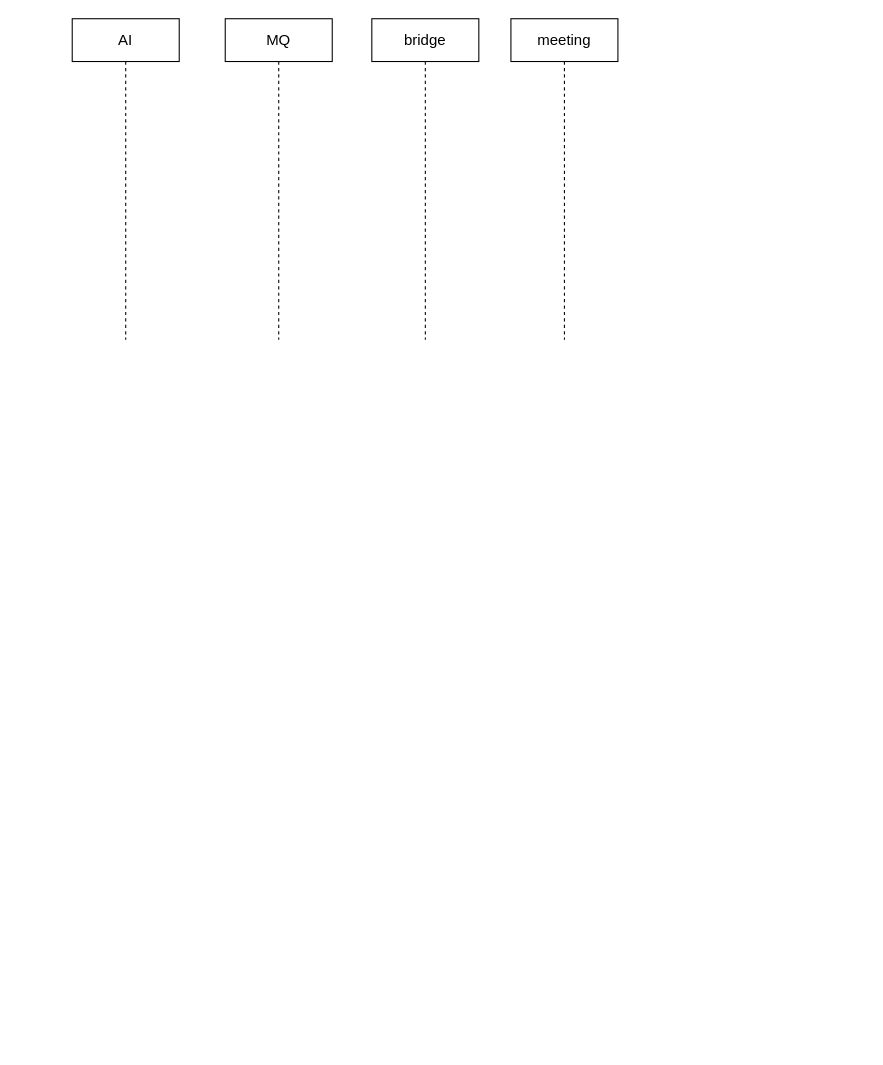
The draw.io diagram page "提前开始会议" (1 of 3) of AI-meeting/AI-meeting.drawio in waterwatermelon/graph, before the edit. Source tidied: cells renumbered, new cells numbered last; positions are measured from the earlier drawing's top-left corner, leaving out a move shared by most shapes. Both pictures are drawn from the tidied source at 107%, with x=0, y=0 at pixel (72, 18).
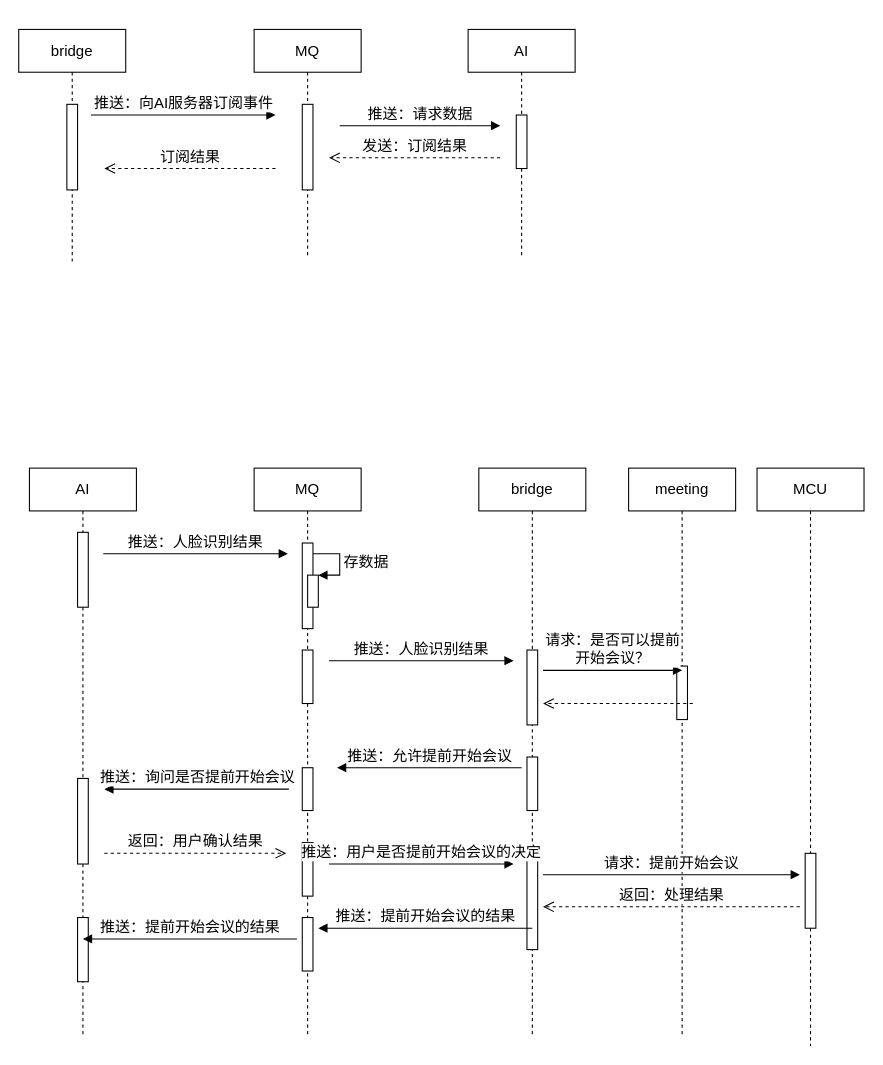
The same page after the edit.

Diff of the diagram source:
```diff
@@
     <mxCell id="2" value="AI" style="shape=umlLifeline;perimeter=lifelinePerimeter;whiteSpace=wrap;html=1;fontSize=14;" parent="1" vertex="1">
-      <mxGeometry width="100" height="300" as="geometry" />
+      <mxGeometry x="370" y="10" width="100" height="212" as="geometry" />
     </mxCell>
+    <mxCell id="6" style="html=1;perimeter=orthogonalPerimeter;fontSize=14;" parent="2" vertex="1">
+      <mxGeometry x="45" y="80" width="10" height="50" as="geometry" />
+    </mxCell>
     <mxCell id="3" value="bridge" style="shape=umlLifeline;perimeter=lifelinePerimeter;whiteSpace=wrap;html=1;fontSize=14;" parent="1" vertex="1">
-      <mxGeometry x="280" width="100" height="300" as="geometry" />
+      <mxGeometry x="-50" y="10" width="100" height="218" as="geometry" />
     </mxCell>
+    <mxCell id="7" style="html=1;perimeter=orthogonalPerimeter;fontSize=14;" parent="3" vertex="1">
+      <mxGeometry x="45" y="70" width="10" height="80" as="geometry" />
+    </mxCell>
     <mxCell id="4" value="MQ" style="shape=umlLifeline;perimeter=lifelinePerimeter;whiteSpace=wrap;html=1;fontSize=14;" parent="1" vertex="1">
-      <mxGeometry x="143" width="100" height="300" as="geometry" />
+      <mxGeometry x="170" y="10" width="100" height="214" as="geometry" />
     </mxCell>
+    <mxCell id="8" style="html=1;perimeter=orthogonalPerimeter;fontSize=14;" parent="4" vertex="1">
+      <mxGeometry x="45" y="70" width="10" height="80" as="geometry" />
+    </mxCell>
+    <mxCell id="9" value="推送：向AI服务器订阅事件" style="html=1;verticalAlign=bottom;endArrow=block;fontSize=14;" parent="1" edge="1">
+      <mxGeometry relative="1" as="geometry">
+        <mxPoint x="17.5" y="90" as="sourcePoint" />
+        <mxPoint x="190" y="90" as="targetPoint" />
+      </mxGeometry>
+    </mxCell>
+    <mxCell id="10" value="推送：请求数据" style="html=1;verticalAlign=bottom;endArrow=block;fontSize=14;" parent="1" edge="1">
+      <mxGeometry relative="1" as="geometry">
+        <mxPoint x="250" y="100" as="sourcePoint" />
+        <mxPoint x="400" y="100" as="targetPoint" />
+      </mxGeometry>
+    </mxCell>
+    <mxCell id="11" value="发送：订阅结果" style="html=1;verticalAlign=bottom;endArrow=open;dashed=1;endSize=8;fontSize=14;" parent="1" edge="1">
+      <mxGeometry relative="1" as="geometry">
+        <mxPoint x="400" y="130" as="sourcePoint" />
+        <mxPoint x="240" y="130" as="targetPoint" />
+      </mxGeometry>
+    </mxCell>
+    <mxCell id="12" value="订阅结果" style="html=1;verticalAlign=bottom;endArrow=open;dashed=1;endSize=8;fontSize=14;" parent="1" edge="1">
+      <mxGeometry relative="1" as="geometry">
+        <mxPoint x="190" y="140" as="sourcePoint" />
+        <mxPoint x="30" y="140" as="targetPoint" />
+      </mxGeometry>
+    </mxCell>
+    <mxCell id="13" value="AI" style="shape=umlLifeline;perimeter=lifelinePerimeter;whiteSpace=wrap;html=1;fontSize=14;" parent="1" vertex="1">
+      <mxGeometry x="-40" y="420" width="100" height="530" as="geometry" />
+    </mxCell>
+    <mxCell id="14" style="html=1;perimeter=orthogonalPerimeter;fontSize=14;" parent="13" vertex="1">
+      <mxGeometry x="45" y="60" width="10" height="70" as="geometry" />
+    </mxCell>
+    <mxCell id="15" style="html=1;perimeter=orthogonalPerimeter;fontSize=14;" parent="13" vertex="1">
+      <mxGeometry x="45" y="290" width="10" height="80" as="geometry" />
+    </mxCell>
+    <mxCell id="16" style="html=1;perimeter=orthogonalPerimeter;fontSize=14;" parent="13" vertex="1">
+      <mxGeometry x="45" y="420" width="10" height="60" as="geometry" />
+    </mxCell>
+    <mxCell id="17" value="bridge" style="shape=umlLifeline;perimeter=lifelinePerimeter;whiteSpace=wrap;html=1;fontSize=14;" parent="1" vertex="1">
+      <mxGeometry x="380" y="420" width="100" height="530" as="geometry" />
+    </mxCell>
+    <mxCell id="18" style="html=1;perimeter=orthogonalPerimeter;fontSize=14;" parent="17" vertex="1">
+      <mxGeometry x="45" y="170" width="10" height="70" as="geometry" />
+    </mxCell>
+    <mxCell id="19" style="html=1;perimeter=orthogonalPerimeter;fontSize=14;" parent="17" vertex="1">
+      <mxGeometry x="45" y="270" width="10" height="50" as="geometry" />
+    </mxCell>
+    <mxCell id="20" style="html=1;perimeter=orthogonalPerimeter;fontSize=14;" parent="17" vertex="1">
+      <mxGeometry x="45" y="360" width="10" height="90" as="geometry" />
+    </mxCell>
+    <mxCell id="21" value="MQ" style="shape=umlLifeline;perimeter=lifelinePerimeter;whiteSpace=wrap;html=1;fontSize=14;" parent="1" vertex="1">
+      <mxGeometry x="170" y="420" width="100" height="530" as="geometry" />
+    </mxCell>
+    <mxCell id="22" style="html=1;perimeter=orthogonalPerimeter;fontSize=14;" parent="21" vertex="1">
+      <mxGeometry x="45" y="70" width="10" height="80" as="geometry" />
+    </mxCell>
+    <mxCell id="23" style="html=1;points=[];perimeter=orthogonalPerimeter;fontSize=14;" parent="21" vertex="1">
+      <mxGeometry x="50" y="100" width="10" height="30" as="geometry" />
+    </mxCell>
+    <mxCell id="24" value="存数据" style="edgeStyle=orthogonalEdgeStyle;html=1;align=left;spacingLeft=2;endArrow=block;rounded=0;entryX=1;entryY=0;fontSize=14;" parent="21" edge="1" target="23">
+      <mxGeometry relative="1" as="geometry">
+        <mxPoint x="55" y="80" as="sourcePoint" />
+        <Array as="points">
+          <mxPoint x="80" y="80" />
+        </Array>
+      </mxGeometry>
+    </mxCell>
+    <mxCell id="25" style="html=1;perimeter=orthogonalPerimeter;fontSize=14;" parent="21" vertex="1">
+      <mxGeometry x="45" y="170" width="10" height="50" as="geometry" />
+    </mxCell>
+    <mxCell id="26" style="html=1;perimeter=orthogonalPerimeter;fontSize=14;" parent="21" vertex="1">
+      <mxGeometry x="45" y="280" width="10" height="40" as="geometry" />
+    </mxCell>
+    <mxCell id="27" style="html=1;perimeter=orthogonalPerimeter;fontSize=14;" parent="21" vertex="1">
+      <mxGeometry x="45" y="350" width="10" height="50" as="geometry" />
+    </mxCell>
+    <mxCell id="28" style="html=1;perimeter=orthogonalPerimeter;fontSize=14;" parent="21" vertex="1">
+      <mxGeometry x="45" y="420" width="10" height="50" as="geometry" />
+    </mxCell>
     <mxCell id="5" value="meeting" style="shape=umlLifeline;perimeter=lifelinePerimeter;whiteSpace=wrap;html=1;fontSize=14;" parent="1" vertex="1">
-      <mxGeometry x="410" width="100" height="300" as="geometry" />
+      <mxGeometry x="520" y="420" width="100" height="530" as="geometry" />
     </mxCell>
+    <mxCell id="29" style="html=1;perimeter=orthogonalPerimeter;fontSize=14;" parent="5" vertex="1">
+      <mxGeometry x="45" y="185" width="10" height="50" as="geometry" />
+    </mxCell>
+    <mxCell id="30" value="推送：人脸识别结果" style="html=1;verticalAlign=bottom;endArrow=block;fontSize=14;" parent="1" edge="1">
+      <mxGeometry relative="1" as="geometry">
+        <mxPoint x="29" y="500" as="sourcePoint" />
+        <mxPoint x="201.5" y="500" as="targetPoint" />
+      </mxGeometry>
+    </mxCell>
+    <mxCell id="31" value="推送：人脸识别结果" style="html=1;verticalAlign=bottom;endArrow=block;fontSize=14;" parent="1" edge="1">
+      <mxGeometry relative="1" as="geometry">
+        <mxPoint x="240" y="600" as="sourcePoint" />
+        <mxPoint x="412.5" y="600" as="targetPoint" />
+      </mxGeometry>
+    </mxCell>
+    <mxCell id="32" value="请求：是否可以提前&lt;br&gt;开始会议？" style="html=1;verticalAlign=bottom;endArrow=block;fontSize=14;" parent="1" edge="1">
+      <mxGeometry relative="1" as="geometry">
+        <mxPoint x="440" y="609" as="sourcePoint" />
+        <mxPoint x="570" y="609" as="targetPoint" />
+      </mxGeometry>
+    </mxCell>
+    <mxCell id="33" style="html=1;verticalAlign=bottom;endArrow=open;dashed=1;endSize=8;fontSize=14;" parent="1" edge="1">
+      <mxGeometry relative="1" as="geometry">
+        <mxPoint x="580" y="640" as="sourcePoint" />
+        <mxPoint x="440" y="640" as="targetPoint" />
+      </mxGeometry>
+    </mxCell>
+    <mxCell id="34" value="推送：允许提前开始会议" style="html=1;verticalAlign=bottom;endArrow=block;fontSize=14;" parent="1" edge="1">
+      <mxGeometry relative="1" as="geometry">
+        <mxPoint x="420" y="700" as="sourcePoint" />
+        <mxPoint x="247.5" y="700" as="targetPoint" />
+      </mxGeometry>
+    </mxCell>
+    <mxCell id="35" value="推送：询问是否提前开始会议" style="html=1;verticalAlign=bottom;endArrow=block;fontSize=14;" parent="1" edge="1">
+      <mxGeometry relative="1" as="geometry">
+        <mxPoint x="202.5" y="720" as="sourcePoint" />
+        <mxPoint x="30" y="720" as="targetPoint" />
+      </mxGeometry>
+    </mxCell>
+    <mxCell id="36" value="返回：用户确认结果" style="html=1;verticalAlign=bottom;endArrow=open;dashed=1;endSize=8;fontSize=14;" parent="1" edge="1">
+      <mxGeometry relative="1" as="geometry">
+        <mxPoint x="30" y="780" as="sourcePoint" />
+        <mxPoint x="200" y="780" as="targetPoint" />
+      </mxGeometry>
+    </mxCell>
+    <mxCell id="37" value="推送：用户是否提前开始会议的决定" style="html=1;verticalAlign=bottom;endArrow=block;fontSize=14;" parent="1" edge="1">
+      <mxGeometry relative="1" as="geometry">
+        <mxPoint x="240" y="790" as="sourcePoint" />
+        <mxPoint x="412.5" y="790" as="targetPoint" />
+      </mxGeometry>
+    </mxCell>
+    <mxCell id="38" value="MCU" style="shape=umlLifeline;perimeter=lifelinePerimeter;whiteSpace=wrap;html=1;fontSize=14;" parent="1" vertex="1">
+      <mxGeometry x="640" y="420" width="100" height="540" as="geometry" />
+    </mxCell>
+    <mxCell id="39" style="html=1;perimeter=orthogonalPerimeter;fontSize=14;" parent="38" vertex="1">
+      <mxGeometry x="45" y="360" width="10" height="70" as="geometry" />
+    </mxCell>
+    <mxCell id="40" value="请求：提前开始会议" style="html=1;verticalAlign=bottom;endArrow=block;fontSize=14;" parent="1" edge="1">
+      <mxGeometry relative="1" as="geometry">
+        <mxPoint x="440" y="800" as="sourcePoint" />
+        <mxPoint x="680" y="800" as="targetPoint" />
+      </mxGeometry>
+    </mxCell>
+    <mxCell id="41" value="返回：处理结果" style="html=1;verticalAlign=bottom;endArrow=open;dashed=1;endSize=8;fontSize=14;" parent="1" edge="1">
+      <mxGeometry relative="1" as="geometry">
+        <mxPoint x="680" y="830" as="sourcePoint" />
+        <mxPoint x="440" y="830" as="targetPoint" />
+      </mxGeometry>
+    </mxCell>
+    <mxCell id="42" value="推送：提前开始会议的结果" style="html=1;verticalAlign=bottom;endArrow=block;fontSize=14;" parent="1" edge="1">
+      <mxGeometry relative="1" as="geometry">
+        <mxPoint x="430" y="850" as="sourcePoint" />
+        <mxPoint x="230" y="850" as="targetPoint" />
+      </mxGeometry>
+    </mxCell>
+    <mxCell id="43" value="推送：提前开始会议的结果" style="html=1;verticalAlign=bottom;endArrow=block;fontSize=14;" parent="1" edge="1">
+      <mxGeometry relative="1" as="geometry">
+        <mxPoint x="210" y="860" as="sourcePoint" />
+        <mxPoint x="10" y="860" as="targetPoint" />
+      </mxGeometry>
+    </mxCell>
```
